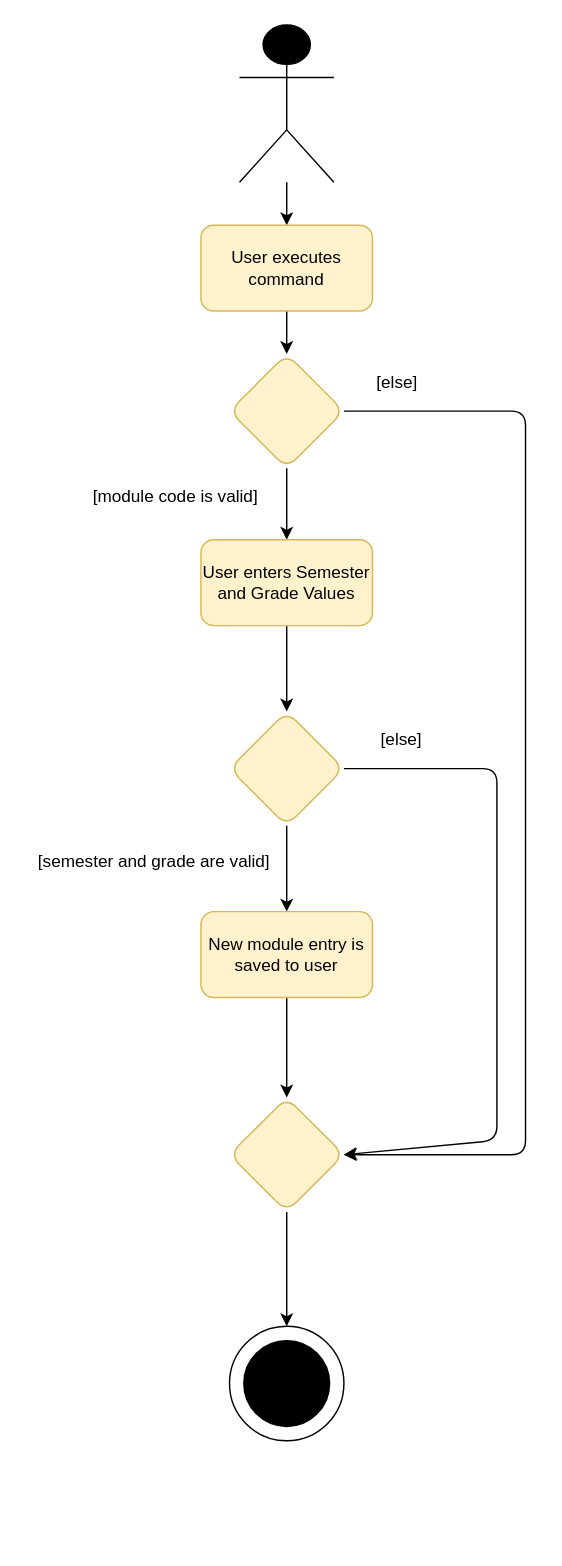
Before: docs/base/addModuleCommand_activity.drawio in vanessa-kang/tp, a draw.io diagram. Source tidied: cells renumbered, new cells numbered last; positions are measured from the earlier drawing's top-left corner, leaving out a move shared by most shapes. Both pictures are drawn from the tidied source at 143%, with x=0, y=0 at pixel (24, 24).
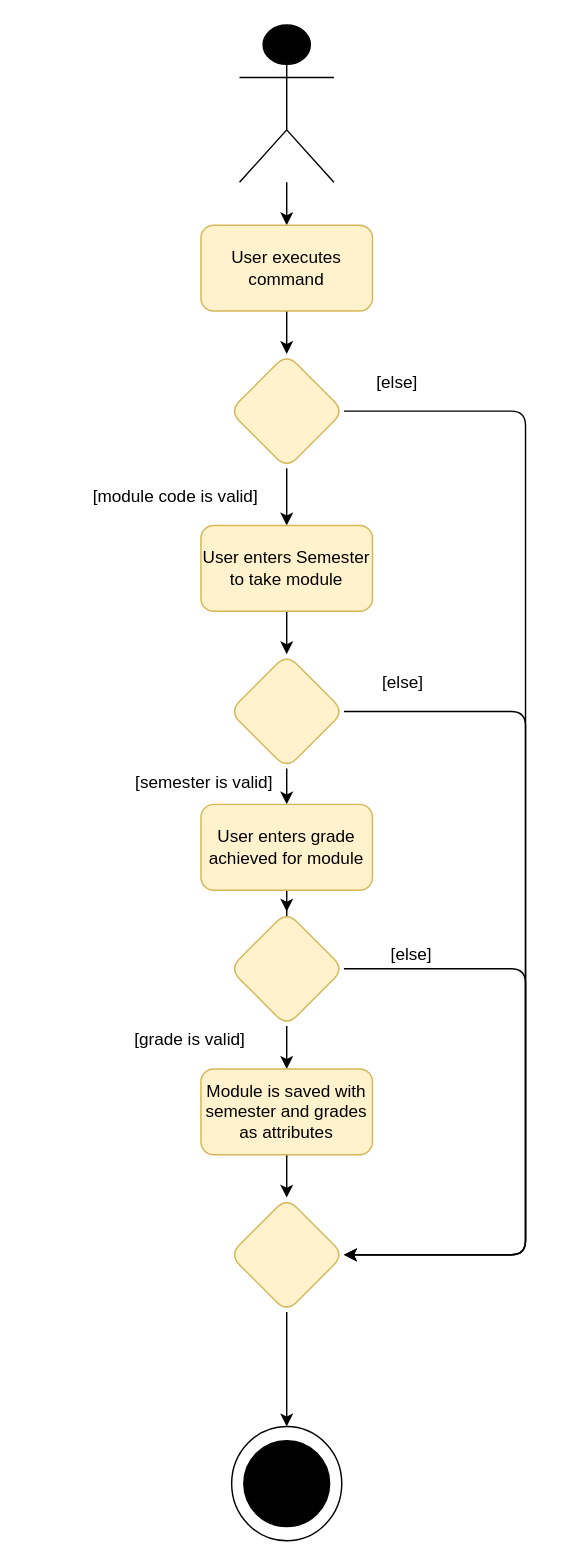
After the change.

The change refers to these unchanged cells:
```xml
<mxCell id="7" style="rhombus;whiteSpace=wrap;html=1;rounded=1;fillColor=#fff2cc;strokeColor=#d6b656;" parent="1" vertex="1">
  <mxGeometry x="143" y="230" width="80" height="80" as="geometry" />
</mxCell>
```

The edit, as a diff of the source:
```diff
@@
-    <mxCell id="9" value="User enters Semester and Grade Values" style="whiteSpace=wrap;html=1;rounded=1;fillColor=#fff2cc;strokeColor=#d6b656;" parent="1" vertex="1">
-      <mxGeometry x="123" y="360" width="120" height="60" as="geometry" />
+    <mxCell id="9" value="User enters Semester to take module" style="whiteSpace=wrap;html=1;rounded=1;fillColor=#fff2cc;strokeColor=#d6b656;" parent="1" vertex="1">
+      <mxGeometry x="123" y="350" width="120" height="60" as="geometry" />
     </mxCell>
@@
     <mxCell id="11" style="rhombus;whiteSpace=wrap;html=1;rounded=1;fillColor=#fff2cc;strokeColor=#d6b656;" parent="1" vertex="1">
-      <mxGeometry x="143" y="480" width="80" height="80" as="geometry" />
+      <mxGeometry x="143" y="440" width="80" height="80" as="geometry" />
     </mxCell>
@@
-    <mxCell id="13" value="New module entry is saved to user" style="whiteSpace=wrap;html=1;rounded=1;fillColor=#fff2cc;strokeColor=#d6b656;" parent="1" vertex="1">
-      <mxGeometry x="123" y="620" width="120" height="60" as="geometry" />
+    <mxCell id="13" value="User enters grade achieved for module" style="whiteSpace=wrap;html=1;rounded=1;fillColor=#fff2cc;strokeColor=#d6b656;" parent="1" vertex="1">
+      <mxGeometry x="123" y="545" width="120" height="60" as="geometry" />
     </mxCell>
-    <mxCell id="14" style="edgeStyle=orthogonalEdgeStyle;rounded=0;jettySize=auto;html=1;" parent="1" edge="1" source="15" target="16">
-      <mxGeometry relative="1" as="geometry" />
-    </mxCell>
+    <mxCell id="24" style="edgeStyle=orthogonalEdgeStyle;rounded=0;jettySize=auto;html=1;" parent="1" edge="1" source="15" target="26">
+      <mxGeometry relative="1" as="geometry" />
+    </mxCell>
     <mxCell id="15" style="rhombus;whiteSpace=wrap;html=1;rounded=1;fillColor=#fff2cc;strokeColor=#d6b656;" parent="1" vertex="1">
-      <mxGeometry x="143" y="750" width="80" height="80" as="geometry" />
+      <mxGeometry x="143" y="620" width="80" height="80" as="geometry" />
     </mxCell>
-    <mxCell id="16" style="ellipse;whiteSpace=wrap;html=1;rounded=1;" parent="1" vertex="1">
-      <mxGeometry x="143" y="910" width="80" height="80" as="geometry" />
-    </mxCell>
-    <mxCell id="17" style="ellipse;whiteSpace=wrap;html=1;fillColor=#000000;" parent="1" vertex="1">
-      <mxGeometry x="153" y="920" width="60" height="60" as="geometry" />
-    </mxCell>
-    <mxCell id="18" style="endArrow=classic;html=1;exitX=1;exitY=0.5;exitDx=0;exitDy=0;entryX=1;entryY=0.5;entryDx=0;entryDy=0;" parent="1" edge="1" source="7" target="15">
+    <mxCell id="18" style="endArrow=classic;html=1;exitX=1;exitY=0.5;exitDx=0;exitDy=0;entryX=1;entryY=0.5;entryDx=0;entryDy=0;" parent="1" edge="1" source="7" target="28">
       <mxGeometry relative="1" as="geometry">
         <Array as="points">
           <mxPoint x="350" y="270" />
-          <mxPoint x="350" y="790" />
+          <mxPoint x="350" y="860" />
         </Array>
       </mxGeometry>
     </mxCell>
-    <mxCell id="19" style="endArrow=classic;html=1;exitX=1;exitY=0.5;exitDx=0;exitDy=0;entryX=1;entryY=0.5;entryDx=0;entryDy=0;" parent="1" edge="1" source="11" target="15">
+    <mxCell id="19" style="endArrow=classic;html=1;exitX=1;exitY=0.5;exitDx=0;exitDy=0;entryX=1;entryY=0.5;entryDx=0;entryDy=0;" parent="1" edge="1" source="11" target="28">
       <mxGeometry relative="1" as="geometry">
         <Array as="points">
-          <mxPoint x="330" y="520" />
-          <mxPoint x="330" y="780" />
+          <mxPoint x="350" y="480" />
+          <mxPoint x="350" y="860" />
         </Array>
       </mxGeometry>
     </mxCell>
@@
-    <mxCell id="21" value="[semester and grade are valid]" style="text;html=1;align=center;verticalAlign=middle;" parent="1" vertex="1">
-      <mxGeometry y="575" width="180" height="20" as="geometry" />
+    <mxCell id="21" value="[semester is valid]" style="text;html=1;align=center;verticalAlign=middle;" parent="1" vertex="1">
+      <mxGeometry x="70" y="520" width="110" height="20" as="geometry" />
     </mxCell>
@@
     <mxCell id="23" value="[else]" style="text;html=1;align=center;verticalAlign=middle;" parent="1" vertex="1">
-      <mxGeometry x="243" y="490" width="40" height="20" as="geometry" />
+      <mxGeometry x="244" y="450" width="40" height="20" as="geometry" />
     </mxCell>
+    <mxCell id="25" style="edgeStyle=orthogonalEdgeStyle;rounded=0;jettySize=auto;html=1;" parent="1" edge="1" source="26" target="28">
+      <mxGeometry relative="1" as="geometry" />
+    </mxCell>
+    <mxCell id="26" value="Module is saved with semester and grades as attributes" style="whiteSpace=wrap;html=1;rounded=1;strokeColor=#d6b656;fillColor=#fff2cc;" parent="1" vertex="1">
+      <mxGeometry x="123" y="730" width="120" height="60" as="geometry" />
+    </mxCell>
+    <mxCell id="27" style="edgeStyle=orthogonalEdgeStyle;rounded=0;jettySize=auto;html=1;" parent="1" edge="1" source="28" target="29">
+      <mxGeometry relative="1" as="geometry" />
+    </mxCell>
+    <mxCell id="28" style="rhombus;whiteSpace=wrap;html=1;rounded=1;strokeColor=#d6b656;fillColor=#fff2cc;" parent="1" vertex="1">
+      <mxGeometry x="143" y="820" width="80" height="80" as="geometry" />
+    </mxCell>
+    <mxCell id="29" style="ellipse;whiteSpace=wrap;html=1;rounded=1;" parent="1" vertex="1">
+      <mxGeometry x="144.5" y="980" width="77" height="80" as="geometry" />
+    </mxCell>
+    <mxCell id="17" style="ellipse;whiteSpace=wrap;html=1;fillColor=#000000;" parent="1" vertex="1">
+      <mxGeometry x="153" y="990" width="60" height="60" as="geometry" />
+    </mxCell>
+    <mxCell id="30" value="[grade is valid]" style="text;html=1;align=center;verticalAlign=middle;" parent="1" vertex="1">
+      <mxGeometry x="70" y="700" width="90" height="20" as="geometry" />
+    </mxCell>
+    <mxCell id="31" style="endArrow=classic;html=1;exitX=1;exitY=0.5;exitDx=0;exitDy=0;entryX=1;entryY=0.5;entryDx=0;entryDy=0;" parent="1" edge="1" source="15" target="28">
+      <mxGeometry relative="1" as="geometry">
+        <Array as="points">
+          <mxPoint x="350" y="660" />
+          <mxPoint x="350" y="860" />
+        </Array>
+      </mxGeometry>
+    </mxCell>
+    <mxCell id="32" value="[else]" style="text;html=1;align=center;verticalAlign=middle;" parent="1" vertex="1">
+      <mxGeometry x="250" y="640" width="40" height="20" as="geometry" />
+    </mxCell>
```
